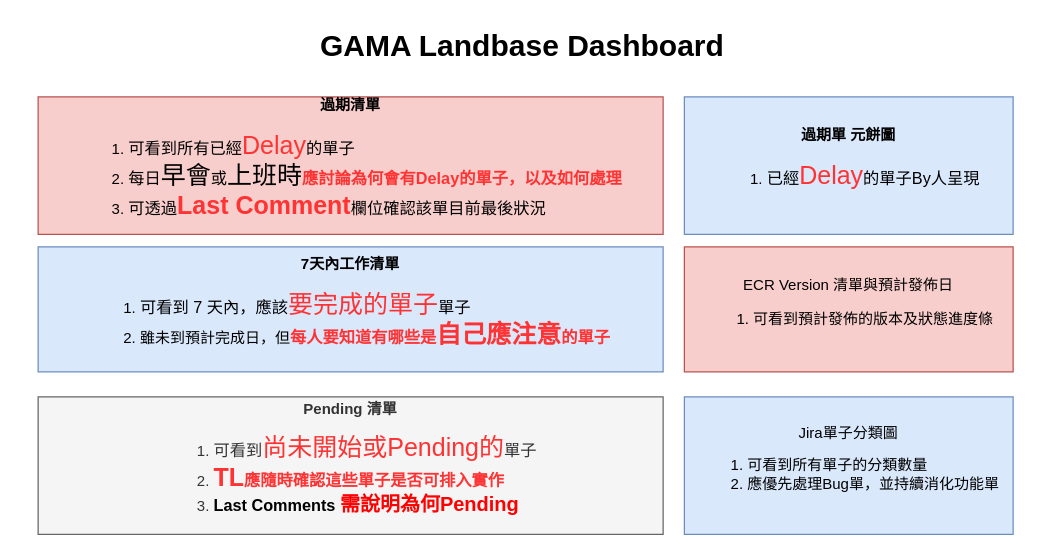
This is Landbase Dashbase.drawio from pingle1202/JiraFlow, a draw.io file, before an edit. Source tidied: cells renumbered, new cells numbered last; positions are measured from the earlier drawing's top-left corner, leaving out a move shared by most shapes. Both pictures are drawn from the tidied source at 125%, with x=0, y=0 at pixel (21, 21).
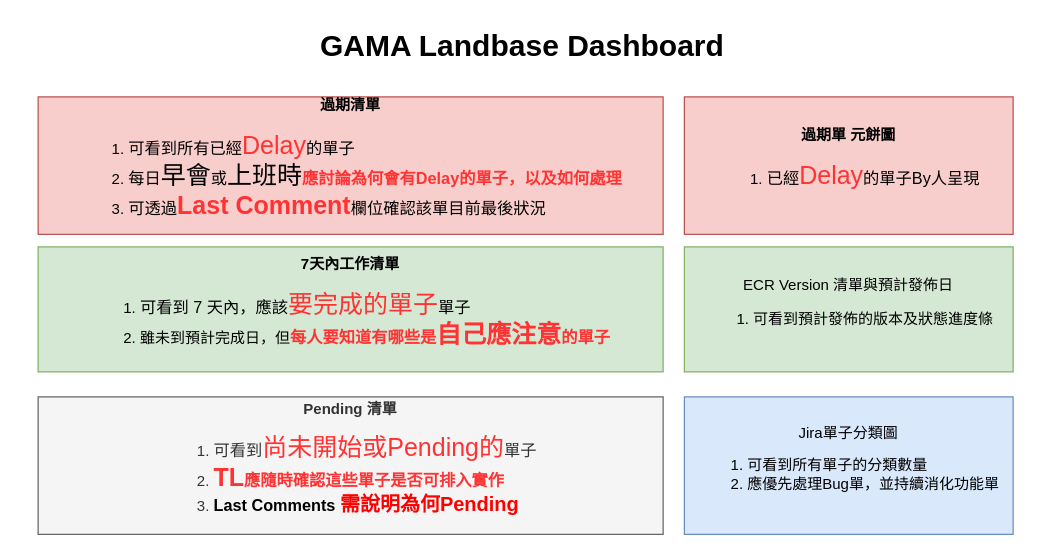
The same diagram, later.

Change to the diagram source:
```diff
@@
 <mxGraphModel>
   <root>
     <mxCell id="0" />
     <mxCell id="1" parent="0" />
     <mxCell id="2" value="&lt;b&gt;過期清單&lt;/b&gt;&lt;br&gt;&lt;ol&gt;&lt;li style=&quot;text-align: left&quot;&gt;&lt;span style=&quot;font-size: 13px&quot;&gt;可看到所有已經&lt;/span&gt;&lt;font style=&quot;font-size: 20px&quot; color=&quot;#ff3333&quot;&gt;Delay&lt;/font&gt;&lt;span style=&quot;font-size: 13px&quot;&gt;的單子&lt;/span&gt;&lt;/li&gt;&lt;li style=&quot;text-align: left&quot;&gt;&lt;span style=&quot;font-size: 13px&quot;&gt;每日&lt;/span&gt;&lt;font style=&quot;font-size: 20px&quot;&gt;早會&lt;/font&gt;&lt;span style=&quot;font-size: 13px&quot;&gt;或&lt;/span&gt;&lt;font style=&quot;font-size: 20px&quot;&gt;上班時&lt;/font&gt;&lt;font color=&quot;#ff3333&quot; style=&quot;font-size: 13px&quot;&gt;&lt;b&gt;應討論為何會有Delay的單子，以及如何處理&lt;/b&gt;&lt;/font&gt;&lt;/li&gt;&lt;li style=&quot;text-align: left&quot;&gt;&lt;span style=&quot;font-size: 13px&quot;&gt;可透過&lt;b style=&quot;font-size: 12px&quot;&gt;&lt;font color=&quot;#ff3333&quot; style=&quot;font-size: 20px&quot;&gt;Last Comment&lt;/font&gt;&lt;/b&gt;欄位確認該單目前最後狀況&lt;/span&gt;&lt;/li&gt;&lt;/ol&gt;" style="rounded=0;whiteSpace=wrap;html=1;fillColor=#f8cecc;strokeColor=#b85450;" parent="1" vertex="1">
       <mxGeometry x="13" y="60" width="500" height="110" as="geometry" />
     </mxCell>
-    <mxCell id="3" value="ECR Version 清單與預計發佈日&lt;br&gt;&lt;div style=&quot;text-align: left&quot;&gt;&lt;ol&gt;&lt;li&gt;可看到預計發佈的版本及狀態進度條&lt;/li&gt;&lt;/ol&gt;&lt;/div&gt;" style="rounded=0;whiteSpace=wrap;html=1;fillColor=#f8cecc;strokeColor=#b85450;" parent="1" vertex="1">
+    <mxCell id="3" value="ECR Version 清單與預計發佈日&lt;br&gt;&lt;div style=&quot;text-align: left&quot;&gt;&lt;ol&gt;&lt;li&gt;可看到預計發佈的版本及狀態進度條&lt;/li&gt;&lt;/ol&gt;&lt;/div&gt;" style="rounded=0;whiteSpace=wrap;html=1;fillColor=#d5e8d4;strokeColor=#82b366;" parent="1" vertex="1">
       <mxGeometry x="530" y="180" width="263" height="100" as="geometry" />
     </mxCell>
     <mxCell id="4" value="Jira單子分類圖&lt;br&gt;&lt;div style=&quot;text-align: left&quot;&gt;&lt;ol&gt;&lt;li&gt;可看到所有單子的分類數量&lt;/li&gt;&lt;li&gt;應優先處理Bug單，並持續消化功能單&lt;/li&gt;&lt;/ol&gt;&lt;/div&gt;" style="rounded=0;whiteSpace=wrap;html=1;fillColor=#dae8fc;strokeColor=#6c8ebf;" parent="1" vertex="1">
       <mxGeometry x="530" y="300" width="263" height="110" as="geometry" />
     </mxCell>
-    <mxCell id="5" value="&lt;b&gt;過期單 元餅圖&lt;/b&gt;&lt;br&gt;&lt;ol&gt;&lt;li style=&quot;text-align: left&quot;&gt;&lt;span style=&quot;font-size: 13px&quot;&gt;已經&lt;/span&gt;&lt;font color=&quot;#ff3333&quot; style=&quot;font-size: 20px&quot;&gt;Delay&lt;/font&gt;&lt;span style=&quot;font-size: 13px&quot;&gt;的單子By人呈現&lt;/span&gt;&lt;/li&gt;&lt;/ol&gt;" style="rounded=0;whiteSpace=wrap;html=1;fillColor=#dae8fc;strokeColor=#6c8ebf;" parent="1" vertex="1">
+    <mxCell id="5" value="&lt;b&gt;過期單 元餅圖&lt;/b&gt;&lt;br&gt;&lt;ol&gt;&lt;li style=&quot;text-align: left&quot;&gt;&lt;span style=&quot;font-size: 13px&quot;&gt;已經&lt;/span&gt;&lt;font color=&quot;#ff3333&quot; style=&quot;font-size: 20px&quot;&gt;Delay&lt;/font&gt;&lt;span style=&quot;font-size: 13px&quot;&gt;的單子By人呈現&lt;/span&gt;&lt;/li&gt;&lt;/ol&gt;" style="rounded=0;whiteSpace=wrap;html=1;fillColor=#f8cecc;strokeColor=#b85450;" parent="1" vertex="1">
       <mxGeometry x="530" y="60" width="263" height="110" as="geometry" />
     </mxCell>
-    <mxCell id="6" value="&lt;b&gt;7天內工作清單&lt;/b&gt;&lt;br&gt;&lt;ol&gt;&lt;li style=&quot;text-align: left&quot;&gt;&lt;span style=&quot;font-size: 13px&quot;&gt;可看到 7 天內，應該&lt;/span&gt;&lt;font style=&quot;font-size: 20px&quot; color=&quot;#ff3333&quot;&gt;要完成的單子&lt;/font&gt;&lt;span style=&quot;font-size: 13px&quot;&gt;單子&lt;/span&gt;&lt;/li&gt;&lt;li style=&quot;text-align: left&quot;&gt;雖未到預計完成日，但&lt;b&gt;&lt;font color=&quot;#ff3333&quot;&gt;&lt;span style=&quot;font-size: 13px&quot;&gt;每人要知道有哪些是&lt;/span&gt;&lt;font style=&quot;font-size: 20px&quot;&gt;自己應注意&lt;/font&gt;&lt;span style=&quot;font-size: 13px&quot;&gt;的單子&lt;/span&gt;&lt;/font&gt;&lt;/b&gt;&lt;/li&gt;&lt;/ol&gt;" style="rounded=0;whiteSpace=wrap;html=1;fillColor=#dae8fc;strokeColor=#6c8ebf;" parent="1" vertex="1">
+    <mxCell id="6" value="&lt;b&gt;7天內工作清單&lt;/b&gt;&lt;br&gt;&lt;ol&gt;&lt;li style=&quot;text-align: left&quot;&gt;&lt;span style=&quot;font-size: 13px&quot;&gt;可看到 7 天內，應該&lt;/span&gt;&lt;font style=&quot;font-size: 20px&quot; color=&quot;#ff3333&quot;&gt;要完成的單子&lt;/font&gt;&lt;span style=&quot;font-size: 13px&quot;&gt;單子&lt;/span&gt;&lt;/li&gt;&lt;li style=&quot;text-align: left&quot;&gt;雖未到預計完成日，但&lt;b&gt;&lt;font color=&quot;#ff3333&quot;&gt;&lt;span style=&quot;font-size: 13px&quot;&gt;每人要知道有哪些是&lt;/span&gt;&lt;font style=&quot;font-size: 20px&quot;&gt;自己應注意&lt;/font&gt;&lt;span style=&quot;font-size: 13px&quot;&gt;的單子&lt;/span&gt;&lt;/font&gt;&lt;/b&gt;&lt;/li&gt;&lt;/ol&gt;" style="rounded=0;whiteSpace=wrap;html=1;fillColor=#d5e8d4;strokeColor=#82b366;" parent="1" vertex="1">
       <mxGeometry x="13" y="180" width="500" height="100" as="geometry" />
     </mxCell>
     <mxCell id="7" value="&lt;b&gt;Pending 清單&lt;/b&gt;&lt;br&gt;&lt;ol&gt;&lt;li style=&quot;text-align: left&quot;&gt;&lt;span style=&quot;font-size: 13px&quot;&gt;可看到&lt;/span&gt;&lt;font style=&quot;font-size: 20px&quot; color=&quot;#ff3333&quot;&gt;尚未開始或Pending的&lt;/font&gt;&lt;span style=&quot;font-size: 13px&quot;&gt;單子&lt;/span&gt;&lt;/li&gt;&lt;li style=&quot;text-align: left&quot;&gt;&lt;b&gt;&lt;font color=&quot;#ff3333&quot;&gt;&lt;font style=&quot;font-size: 20px&quot;&gt;TL&lt;/font&gt;&lt;span style=&quot;font-size: 13px&quot;&gt;應隨時確認這些單子是否可排入實作&lt;/span&gt;&lt;/font&gt;&lt;/b&gt;&lt;/li&gt;&lt;li style=&quot;text-align: left&quot;&gt;&lt;b&gt;&lt;font color=&quot;#000000&quot; style=&quot;font-size: 13px&quot;&gt;Last Comments &lt;/font&gt;&lt;font color=&quot;#ff0000&quot; style=&quot;font-size: 16px&quot;&gt;需說明為何Pending&lt;/font&gt;&lt;/b&gt;&lt;/li&gt;&lt;/ol&gt;" style="rounded=0;whiteSpace=wrap;html=1;fillColor=#f5f5f5;strokeColor=#666666;fontColor=#333333;" parent="1" vertex="1">
       <mxGeometry x="13" y="300" width="500" height="110" as="geometry" />
     </mxCell>
     <mxCell id="8" value="GAMA Landbase Dashboard" style="text;strokeColor=none;fillColor=none;html=1;fontSize=24;fontStyle=1;verticalAlign=middle;align=center;" parent="1" vertex="1">
       <mxGeometry width="800" height="40" as="geometry" />
     </mxCell>
   </root>
 </mxGraphModel>
```
